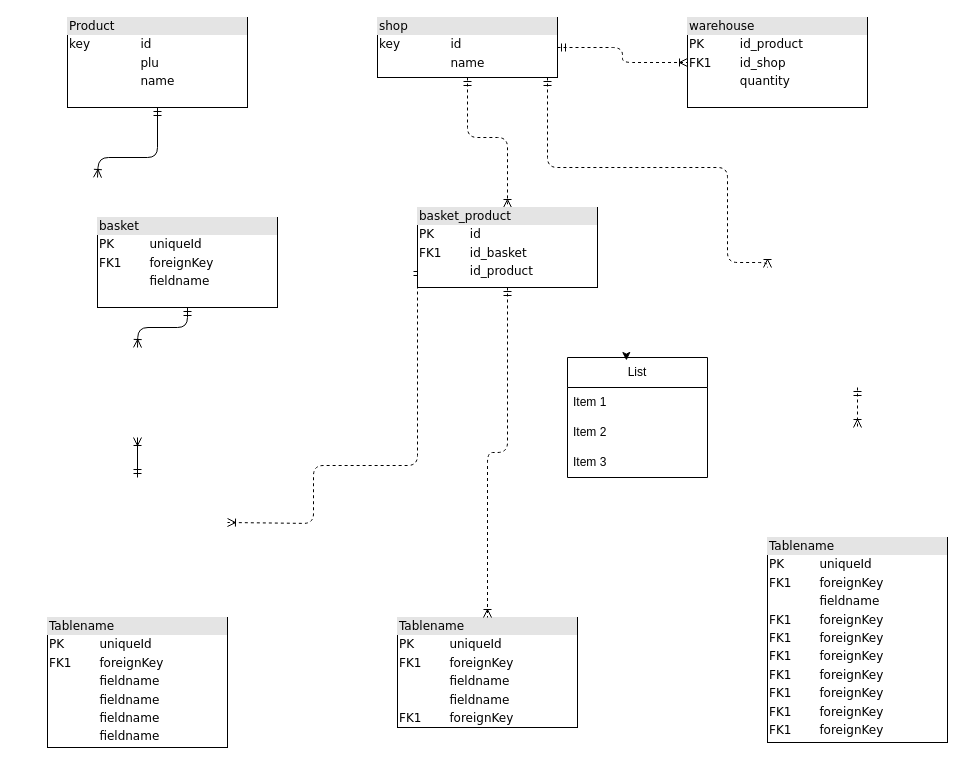
Before: Модель базы данных.drawio in vovanstrr/Node_SQL, a draw.io diagram. Source tidied: cells renumbered, new cells numbered last; positions are measured from the earlier drawing's top-left corner, leaving out a move shared by most shapes. Both pictures are drawn from the tidied source at 100%, with x=0, y=0 at pixel (47, 17).
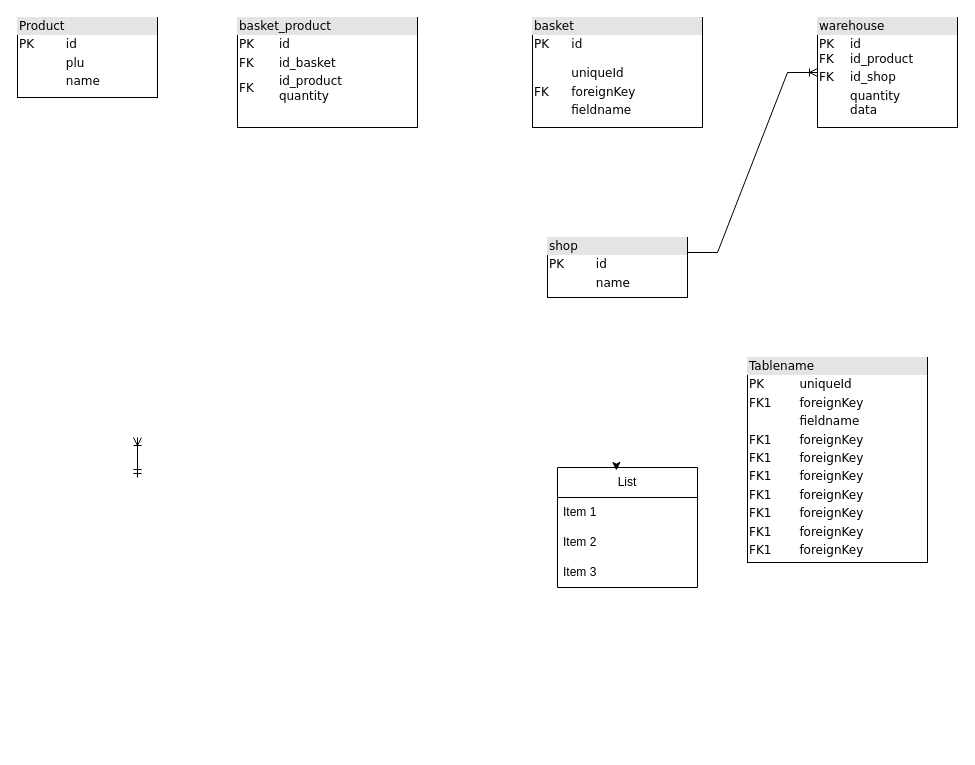
The same page after the edit.

Diff of the diagram source:
```diff
@@
-    <mxCell id="2" value="&lt;div style=&quot;box-sizing:border-box;width:100%;background:#e4e4e4;padding:2px;&quot;&gt;Product&lt;/div&gt;&lt;table style=&quot;width:100%;font-size:1em;&quot; cellpadding=&quot;2&quot; cellspacing=&quot;0&quot;&gt;&lt;tbody&gt;&lt;tr&gt;&lt;td&gt;key&lt;/td&gt;&lt;td&gt;id&lt;/td&gt;&lt;/tr&gt;&lt;tr&gt;&lt;td&gt;&lt;br&gt;&lt;/td&gt;&lt;td&gt;plu&lt;/td&gt;&lt;/tr&gt;&lt;tr&gt;&lt;td&gt;&lt;/td&gt;&lt;td&gt;name&lt;/td&gt;&lt;/tr&gt;&lt;/tbody&gt;&lt;/table&gt;" style="verticalAlign=top;align=left;overflow=fill;html=1;rounded=0;shadow=0;comic=0;labelBackgroundColor=none;strokeWidth=1;fontFamily=Verdana;fontSize=12;" parent="1" vertex="1">
-      <mxGeometry x="20" width="180" height="90" as="geometry" />
+    <mxCell id="2" value="&lt;div style=&quot;box-sizing:border-box;width:100%;background:#e4e4e4;padding:2px;&quot;&gt;Product&lt;/div&gt;&lt;table style=&quot;width:100%;font-size:1em;&quot; cellpadding=&quot;2&quot; cellspacing=&quot;0&quot;&gt;&lt;tbody&gt;&lt;tr&gt;&lt;td&gt;PK&lt;/td&gt;&lt;td&gt;id&lt;/td&gt;&lt;/tr&gt;&lt;tr&gt;&lt;td&gt;&lt;br&gt;&lt;/td&gt;&lt;td&gt;plu&lt;/td&gt;&lt;/tr&gt;&lt;tr&gt;&lt;td&gt;&lt;/td&gt;&lt;td&gt;name&lt;/td&gt;&lt;/tr&gt;&lt;/tbody&gt;&lt;/table&gt;" style="verticalAlign=top;align=left;overflow=fill;html=1;rounded=0;shadow=0;comic=0;labelBackgroundColor=none;strokeWidth=1;fontFamily=Verdana;fontSize=12;" parent="1" vertex="1">
+      <mxGeometry x="-30" width="140" height="80" as="geometry" />
     </mxCell>
-    <mxCell id="3" style="edgeStyle=orthogonalEdgeStyle;html=1;entryX=0.5;entryY=0;dashed=1;labelBackgroundColor=none;startArrow=ERmandOne;endArrow=ERoneToMany;fontFamily=Verdana;fontSize=12;align=left;" parent="1" edge="1" source="6" target="14">
-      <mxGeometry relative="1" as="geometry">
-        <Array as="points">
-          <mxPoint x="420" y="120" />
-          <mxPoint x="460" y="120" />
-          <mxPoint x="460" y="180" />
-        </Array>
-      </mxGeometry>
-    </mxCell>
-    <mxCell id="4" style="edgeStyle=orthogonalEdgeStyle;html=1;dashed=1;labelBackgroundColor=none;startArrow=ERmandOne;endArrow=ERoneToMany;fontFamily=Verdana;fontSize=12;align=left;entryX=0;entryY=0.5;" parent="1" edge="1" source="6">
-      <mxGeometry relative="1" as="geometry">
-        <mxPoint x="720" y="250" as="targetPoint" />
-        <Array as="points">
-          <mxPoint x="500" y="150" />
-          <mxPoint x="680" y="150" />
-          <mxPoint x="680" y="245" />
-          <mxPoint x="720" y="245" />
-        </Array>
-      </mxGeometry>
-    </mxCell>
-    <mxCell id="5" style="edgeStyle=orthogonalEdgeStyle;html=1;dashed=1;labelBackgroundColor=none;startArrow=ERmandOne;endArrow=ERoneToMany;fontFamily=Verdana;fontSize=12;align=left;" parent="1" edge="1" source="6" target="16">
-      <mxGeometry relative="1" as="geometry" />
-    </mxCell>
-    <mxCell id="6" value="&lt;div style=&quot;box-sizing: border-box ; width: 100% ; background: #e4e4e4 ; padding: 2px&quot;&gt;shop&lt;/div&gt;&lt;table style=&quot;width: 100% ; font-size: 1em&quot; cellpadding=&quot;2&quot; cellspacing=&quot;0&quot;&gt;&lt;tbody&gt;&lt;tr&gt;&lt;td&gt;key&lt;/td&gt;&lt;td&gt;id&lt;/td&gt;&lt;/tr&gt;&lt;tr&gt;&lt;td&gt;&lt;br&gt;&lt;/td&gt;&lt;td&gt;name&lt;/td&gt;&lt;/tr&gt;&lt;tr&gt;&lt;td&gt;&lt;/td&gt;&lt;td&gt;&lt;br&gt;&lt;/td&gt;&lt;/tr&gt;&lt;/tbody&gt;&lt;/table&gt;" style="verticalAlign=top;align=left;overflow=fill;html=1;rounded=0;shadow=0;comic=0;labelBackgroundColor=none;strokeWidth=1;fontFamily=Verdana;fontSize=12;" parent="1" vertex="1">
-      <mxGeometry x="330" width="180" height="60" as="geometry" />
+    <mxCell id="6" value="&lt;div style=&quot;box-sizing: border-box ; width: 100% ; background: #e4e4e4 ; padding: 2px&quot;&gt;shop&lt;/div&gt;&lt;table style=&quot;width: 100% ; font-size: 1em&quot; cellpadding=&quot;2&quot; cellspacing=&quot;0&quot;&gt;&lt;tbody&gt;&lt;tr&gt;&lt;td&gt;PK&lt;/td&gt;&lt;td&gt;id&lt;/td&gt;&lt;/tr&gt;&lt;tr&gt;&lt;td&gt;&lt;br&gt;&lt;/td&gt;&lt;td&gt;name&lt;/td&gt;&lt;/tr&gt;&lt;tr&gt;&lt;td&gt;&lt;/td&gt;&lt;td&gt;&lt;br&gt;&lt;/td&gt;&lt;/tr&gt;&lt;/tbody&gt;&lt;/table&gt;" style="verticalAlign=top;align=left;overflow=fill;html=1;rounded=0;shadow=0;comic=0;labelBackgroundColor=none;strokeWidth=1;fontFamily=Verdana;fontSize=12;" parent="1" vertex="1">
+      <mxGeometry x="500" y="220" width="140" height="60" as="geometry" />
     </mxCell>
@@
-    <mxCell id="8" style="edgeStyle=orthogonalEdgeStyle;html=1;exitX=0;exitY=0.75;entryX=1;entryY=0.5;dashed=1;labelBackgroundColor=none;startArrow=ERmandOne;endArrow=ERoneToMany;fontFamily=Verdana;fontSize=12;align=left;" parent="1" edge="1" source="14">
-      <mxGeometry relative="1" as="geometry">
-        <mxPoint x="180" y="505" as="targetPoint" />
-        <Array as="points">
-          <mxPoint x="266" y="448" />
-          <mxPoint x="266" y="506" />
-        </Array>
-      </mxGeometry>
-    </mxCell>
-    <mxCell id="9" style="edgeStyle=orthogonalEdgeStyle;html=1;entryX=0.5;entryY=0;labelBackgroundColor=none;startArrow=ERmandOne;endArrow=ERoneToMany;fontFamily=Verdana;fontSize=12;align=left;" parent="1" edge="1" source="10">
-      <mxGeometry relative="1" as="geometry">
-        <mxPoint x="90" y="330" as="targetPoint" />
-      </mxGeometry>
-    </mxCell>
-    <mxCell id="10" value="&lt;div style=&quot;box-sizing:border-box;width:100%;background:#e4e4e4;padding:2px;&quot;&gt;basket&lt;/div&gt;&lt;table style=&quot;width:100%;font-size:1em;&quot; cellpadding=&quot;2&quot; cellspacing=&quot;0&quot;&gt;&lt;tbody&gt;&lt;tr&gt;&lt;td&gt;PK&lt;/td&gt;&lt;td&gt;uniqueId&lt;/td&gt;&lt;/tr&gt;&lt;tr&gt;&lt;td&gt;FK1&lt;/td&gt;&lt;td&gt;foreignKey&lt;/td&gt;&lt;/tr&gt;&lt;tr&gt;&lt;td&gt;&lt;/td&gt;&lt;td&gt;fieldname&lt;/td&gt;&lt;/tr&gt;&lt;/tbody&gt;&lt;/table&gt;" style="verticalAlign=top;align=left;overflow=fill;html=1;rounded=0;shadow=0;comic=0;labelBackgroundColor=none;strokeWidth=1;fontFamily=Verdana;fontSize=12;" parent="1" vertex="1">
-      <mxGeometry x="50" y="200" width="180" height="90" as="geometry" />
+    <mxCell id="10" value="&lt;div style=&quot;box-sizing:border-box;width:100%;background:#e4e4e4;padding:2px;&quot;&gt;basket&lt;/div&gt;&lt;table style=&quot;width:100%;font-size:1em;&quot; cellpadding=&quot;2&quot; cellspacing=&quot;0&quot;&gt;&lt;tbody&gt;&lt;tr&gt;&lt;td&gt;PK&lt;br&gt;&lt;br&gt;&lt;br&gt;&lt;/td&gt;&lt;td&gt;id&lt;br&gt;&lt;br&gt;uniqueId&lt;/td&gt;&lt;/tr&gt;&lt;tr&gt;&lt;td&gt;FK&lt;/td&gt;&lt;td&gt;foreignKey&lt;/td&gt;&lt;/tr&gt;&lt;tr&gt;&lt;td&gt;&lt;/td&gt;&lt;td&gt;fieldname&lt;/td&gt;&lt;/tr&gt;&lt;/tbody&gt;&lt;/table&gt;" style="verticalAlign=top;align=left;overflow=fill;html=1;rounded=0;shadow=0;comic=0;labelBackgroundColor=none;strokeWidth=1;fontFamily=Verdana;fontSize=12;" parent="1" vertex="1">
+      <mxGeometry x="485" width="170" height="110" as="geometry" />
     </mxCell>
     <mxCell id="11" value="&lt;div style=&quot;box-sizing: border-box ; width: 100% ; background: #e4e4e4 ; padding: 2px&quot;&gt;Tablename&lt;/div&gt;&lt;table style=&quot;width: 100% ; font-size: 1em&quot; cellpadding=&quot;2&quot; cellspacing=&quot;0&quot;&gt;&lt;tbody&gt;&lt;tr&gt;&lt;td&gt;PK&lt;/td&gt;&lt;td&gt;uniqueId&lt;/td&gt;&lt;/tr&gt;&lt;tr&gt;&lt;td&gt;FK1&lt;/td&gt;&lt;td&gt;foreignKey&lt;/td&gt;&lt;/tr&gt;&lt;tr&gt;&lt;td&gt;&lt;/td&gt;&lt;td&gt;fieldname&lt;/td&gt;&lt;/tr&gt;&lt;tr&gt;&lt;td&gt;FK1&lt;br&gt;&lt;/td&gt;&lt;td&gt;foreignKey&lt;br&gt;&lt;/td&gt;&lt;/tr&gt;&lt;tr&gt;&lt;td&gt;FK1&lt;br&gt;&lt;/td&gt;&lt;td&gt;foreignKey&lt;br&gt;&lt;/td&gt;&lt;/tr&gt;&lt;tr&gt;&lt;td&gt;FK1&lt;br&gt;&lt;/td&gt;&lt;td&gt;foreignKey&lt;br&gt;&lt;/td&gt;&lt;/tr&gt;&lt;tr&gt;&lt;td&gt;FK1&lt;br&gt;&lt;/td&gt;&lt;td&gt;foreignKey&lt;br&gt;&lt;/td&gt;&lt;/tr&gt;&lt;tr&gt;&lt;td&gt;FK1&lt;br&gt;&lt;/td&gt;&lt;td&gt;foreignKey&lt;br&gt;&lt;/td&gt;&lt;/tr&gt;&lt;tr&gt;&lt;td&gt;FK1&lt;br&gt;&lt;/td&gt;&lt;td&gt;foreignKey&lt;br&gt;&lt;/td&gt;&lt;/tr&gt;&lt;tr&gt;&lt;td&gt;FK1&lt;br&gt;&lt;/td&gt;&lt;td&gt;foreignKey&lt;br&gt;&lt;/td&gt;&lt;/tr&gt;&lt;/tbody&gt;&lt;/table&gt;" style="verticalAlign=top;align=left;overflow=fill;html=1;rounded=0;shadow=0;comic=0;labelBackgroundColor=none;strokeWidth=1;fontFamily=Verdana;fontSize=12;" parent="1" vertex="1">
-      <mxGeometry x="720" y="520" width="180" height="205" as="geometry" />
+      <mxGeometry x="700" y="340" width="180" height="205" as="geometry" />
     </mxCell>
-    <mxCell id="12" value="&lt;div style=&quot;box-sizing: border-box ; width: 100% ; background: #e4e4e4 ; padding: 2px&quot;&gt;Tablename&lt;/div&gt;&lt;table style=&quot;width: 100% ; font-size: 1em&quot; cellpadding=&quot;2&quot; cellspacing=&quot;0&quot;&gt;&lt;tbody&gt;&lt;tr&gt;&lt;td&gt;PK&lt;/td&gt;&lt;td&gt;uniqueId&lt;/td&gt;&lt;/tr&gt;&lt;tr&gt;&lt;td&gt;FK1&lt;/td&gt;&lt;td&gt;foreignKey&lt;/td&gt;&lt;/tr&gt;&lt;tr&gt;&lt;td&gt;&lt;/td&gt;&lt;td&gt;fieldname&lt;/td&gt;&lt;/tr&gt;&lt;tr&gt;&lt;td&gt;&lt;br&gt;&lt;/td&gt;&lt;td&gt;fieldname&lt;br&gt;&lt;/td&gt;&lt;/tr&gt;&lt;tr&gt;&lt;td&gt;FK1&lt;br&gt;&lt;/td&gt;&lt;td&gt;foreignKey&lt;br&gt;&lt;/td&gt;&lt;/tr&gt;&lt;/tbody&gt;&lt;/table&gt;" style="verticalAlign=top;align=left;overflow=fill;html=1;rounded=0;shadow=0;comic=0;labelBackgroundColor=none;strokeWidth=1;fontFamily=Verdana;fontSize=12;" parent="1" vertex="1">
-      <mxGeometry x="350" y="600" width="180" height="110" as="geometry" />
-    </mxCell>
-    <mxCell id="13" style="edgeStyle=orthogonalEdgeStyle;html=1;entryX=0.5;entryY=0;labelBackgroundColor=none;startArrow=ERmandOne;endArrow=ERoneToMany;fontFamily=Verdana;fontSize=12;align=left;dashed=1;" parent="1" edge="1" source="14" target="12">
-      <mxGeometry relative="1" as="geometry" />
-    </mxCell>
-    <mxCell id="14" value="&lt;div style=&quot;box-sizing: border-box ; width: 100% ; background: #e4e4e4 ; padding: 2px&quot;&gt;basket_product&lt;/div&gt;&lt;table style=&quot;width: 100% ; font-size: 1em&quot; cellpadding=&quot;2&quot; cellspacing=&quot;0&quot;&gt;&lt;tbody&gt;&lt;tr&gt;&lt;td&gt;PK&lt;/td&gt;&lt;td&gt;id&lt;/td&gt;&lt;/tr&gt;&lt;tr&gt;&lt;td&gt;FK1&lt;/td&gt;&lt;td&gt;id_basket&lt;/td&gt;&lt;/tr&gt;&lt;tr&gt;&lt;td&gt;&lt;/td&gt;&lt;td&gt;id_product&lt;br&gt;&lt;/td&gt;&lt;/tr&gt;&lt;tr&gt;&lt;td&gt;&lt;/td&gt;&lt;td&gt;&lt;br&gt;&lt;/td&gt;&lt;/tr&gt;&lt;/tbody&gt;&lt;/table&gt;" style="verticalAlign=top;align=left;overflow=fill;html=1;rounded=0;shadow=0;comic=0;labelBackgroundColor=none;strokeWidth=1;fontFamily=Verdana;fontSize=12;" parent="1" vertex="1">
-      <mxGeometry x="370" y="190" width="180" height="80" as="geometry" />
+    <mxCell id="14" value="&lt;div style=&quot;box-sizing: border-box ; width: 100% ; background: #e4e4e4 ; padding: 2px&quot;&gt;basket_product&lt;/div&gt;&lt;table style=&quot;width: 100% ; font-size: 1em&quot; cellpadding=&quot;2&quot; cellspacing=&quot;0&quot;&gt;&lt;tbody&gt;&lt;tr&gt;&lt;td&gt;PK&lt;/td&gt;&lt;td&gt;id&lt;/td&gt;&lt;/tr&gt;&lt;tr&gt;&lt;td&gt;FK&lt;br&gt;&lt;/td&gt;&lt;td&gt;id_basket&lt;/td&gt;&lt;/tr&gt;&lt;tr&gt;&lt;td&gt;FK&lt;/td&gt;&lt;td&gt;id_product&lt;br&gt;quantity&lt;/td&gt;&lt;/tr&gt;&lt;/tbody&gt;&lt;/table&gt;" style="verticalAlign=top;align=left;overflow=fill;html=1;rounded=0;shadow=0;comic=0;labelBackgroundColor=none;strokeWidth=1;fontFamily=Verdana;fontSize=12;" parent="1" vertex="1">
+      <mxGeometry x="190" width="180" height="110" as="geometry" />
     </mxCell>
-    <mxCell id="15" style="edgeStyle=orthogonalEdgeStyle;html=1;entryX=0.5;entryY=0;dashed=1;labelBackgroundColor=none;startArrow=ERmandOne;endArrow=ERoneToMany;fontFamily=Verdana;fontSize=12;align=left;" parent="1" edge="1">
-      <mxGeometry relative="1" as="geometry">
-        <mxPoint x="810" y="370" as="sourcePoint" />
-        <mxPoint x="810" y="410" as="targetPoint" />
-      </mxGeometry>
-    </mxCell>
-    <mxCell id="16" value="&lt;div style=&quot;box-sizing:border-box;width:100%;background:#e4e4e4;padding:2px;&quot;&gt;warehouse&lt;/div&gt;&lt;table style=&quot;width:100%;font-size:1em;&quot; cellpadding=&quot;2&quot; cellspacing=&quot;0&quot;&gt;&lt;tbody&gt;&lt;tr&gt;&lt;td&gt;PK&lt;/td&gt;&lt;td&gt;id_product&lt;br&gt;&lt;/td&gt;&lt;/tr&gt;&lt;tr&gt;&lt;td&gt;FK1&lt;/td&gt;&lt;td&gt;id_shop&lt;/td&gt;&lt;/tr&gt;&lt;tr&gt;&lt;td&gt;&lt;/td&gt;&lt;td&gt;quantity&lt;br&gt;&lt;/td&gt;&lt;/tr&gt;&lt;/tbody&gt;&lt;/table&gt;" style="verticalAlign=top;align=left;overflow=fill;html=1;rounded=0;shadow=0;comic=0;labelBackgroundColor=none;strokeWidth=1;fontFamily=Verdana;fontSize=12;" parent="1" vertex="1">
-      <mxGeometry x="640" width="180" height="90" as="geometry" />
+    <mxCell id="16" value="&lt;div style=&quot;box-sizing:border-box;width:100%;background:#e4e4e4;padding:2px;&quot;&gt;warehouse&lt;/div&gt;&lt;table style=&quot;width:100%;font-size:1em;&quot; cellpadding=&quot;2&quot; cellspacing=&quot;0&quot;&gt;&lt;tbody&gt;&lt;tr&gt;&lt;td&gt;PK&lt;br&gt;FK&lt;/td&gt;&lt;td&gt;id&lt;br&gt;id_product&lt;br&gt;&lt;/td&gt;&lt;/tr&gt;&lt;tr&gt;&lt;td&gt;FK&lt;/td&gt;&lt;td&gt;id_shop&lt;/td&gt;&lt;/tr&gt;&lt;tr&gt;&lt;td&gt;&lt;/td&gt;&lt;td&gt;quantity&lt;br&gt;data&lt;/td&gt;&lt;/tr&gt;&lt;/tbody&gt;&lt;/table&gt;" style="verticalAlign=top;align=left;overflow=fill;html=1;rounded=0;shadow=0;comic=0;labelBackgroundColor=none;strokeWidth=1;fontFamily=Verdana;fontSize=12;" parent="1" vertex="1">
+      <mxGeometry x="770" width="140" height="110" as="geometry" />
     </mxCell>
-    <mxCell id="17" value="&lt;div style=&quot;box-sizing: border-box ; width: 100% ; background: #e4e4e4 ; padding: 2px&quot;&gt;Tablename&lt;/div&gt;&lt;table style=&quot;width: 100% ; font-size: 1em&quot; cellpadding=&quot;2&quot; cellspacing=&quot;0&quot;&gt;&lt;tbody&gt;&lt;tr&gt;&lt;td&gt;PK&lt;/td&gt;&lt;td&gt;uniqueId&lt;/td&gt;&lt;/tr&gt;&lt;tr&gt;&lt;td&gt;FK1&lt;/td&gt;&lt;td&gt;foreignKey&lt;/td&gt;&lt;/tr&gt;&lt;tr&gt;&lt;td&gt;&lt;/td&gt;&lt;td&gt;fieldname&lt;/td&gt;&lt;/tr&gt;&lt;tr&gt;&lt;td&gt;&lt;br&gt;&lt;/td&gt;&lt;td&gt;fieldname&lt;br&gt;&lt;/td&gt;&lt;/tr&gt;&lt;tr&gt;&lt;td&gt;&lt;br&gt;&lt;/td&gt;&lt;td&gt;fieldname&lt;br&gt;&lt;/td&gt;&lt;/tr&gt;&lt;tr&gt;&lt;td&gt;&lt;br&gt;&lt;/td&gt;&lt;td&gt;fieldname&lt;br&gt;&lt;/td&gt;&lt;/tr&gt;&lt;/tbody&gt;&lt;/table&gt;" style="verticalAlign=top;align=left;overflow=fill;html=1;rounded=0;shadow=0;comic=0;labelBackgroundColor=none;strokeWidth=1;fontFamily=Verdana;fontSize=12;" parent="1" vertex="1">
-      <mxGeometry y="600" width="180" height="130" as="geometry" />
-    </mxCell>
-    <mxCell id="18" style="edgeStyle=orthogonalEdgeStyle;html=1;endArrow=ERoneToMany;startArrow=ERmandOne;labelBackgroundColor=none;fontFamily=Verdana;fontSize=12;align=left;exitX=0.5;exitY=1;" parent="1" edge="1" source="2">
-      <mxGeometry relative="1" as="geometry">
-        <mxPoint x="50" y="160" as="targetPoint" />
-        <Array as="points">
-          <mxPoint x="110" y="140" />
-          <mxPoint x="51" y="140" />
-        </Array>
-      </mxGeometry>
-    </mxCell>
     <mxCell id="19" value="List" style="swimlane;fontStyle=0;horizontal=1;startSize=30;whiteSpace=wrap;html=1;" parent="1" vertex="1">
-      <mxGeometry x="520" y="340" width="140" height="120" as="geometry" />
+      <mxGeometry x="510" y="450" width="140" height="120" as="geometry" />
     </mxCell>
@@
+    <mxCell id="5" style="edgeStyle=entityRelationEdgeStyle;fontSize=12;html=1;endArrow=ERoneToMany;rounded=0;exitX=1;exitY=0.25;exitDx=0;exitDy=0;entryX=0;entryY=0.5;entryDx=0;entryDy=0;" parent="1" edge="1" source="6" target="16">
+      <mxGeometry relative="1" as="geometry">
+        <Array as="points">
+          <mxPoint x="500" y="285" />
+          <mxPoint x="590" y="280" />
+          <mxPoint x="580" y="280" />
+          <mxPoint x="530" y="280" />
+          <mxPoint x="540" y="245" />
+          <mxPoint x="520" y="265" />
+          <mxPoint x="550" y="210" />
+          <mxPoint x="540" y="245" />
+          <mxPoint x="530" y="245" />
+        </Array>
+      </mxGeometry>
+    </mxCell>
```
